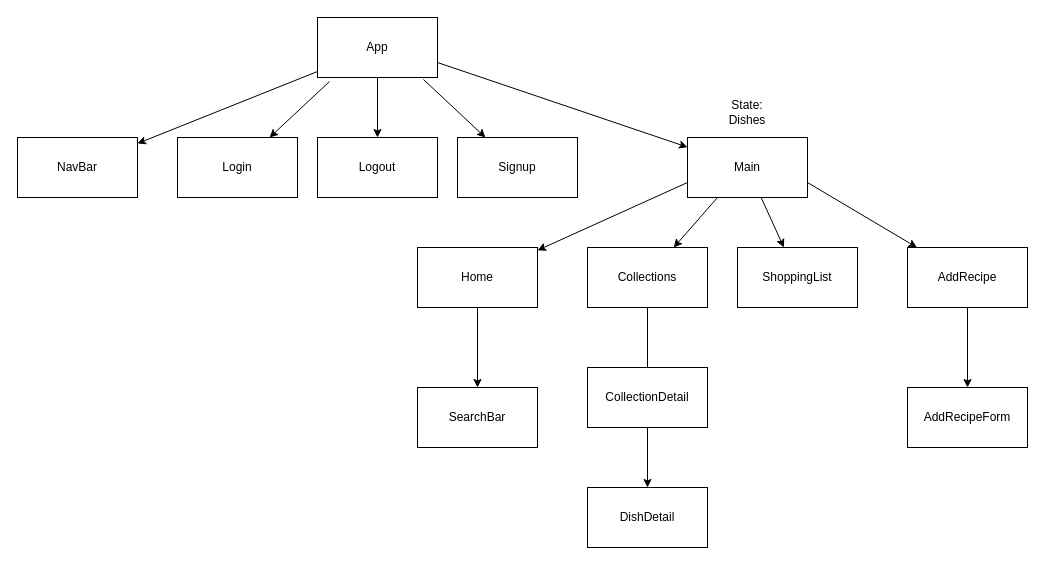
Above: client/src/hierarchy.drawio in clambiase08/Noodle-On-It (draw.io), before the change. Source tidied: cells renumbered, new cells numbered last; positions are measured from the earlier drawing's top-left corner, leaving out a move shared by most shapes. Both pictures are drawn from the tidied source at 100%, with x=0, y=0 at pixel (17, 17).
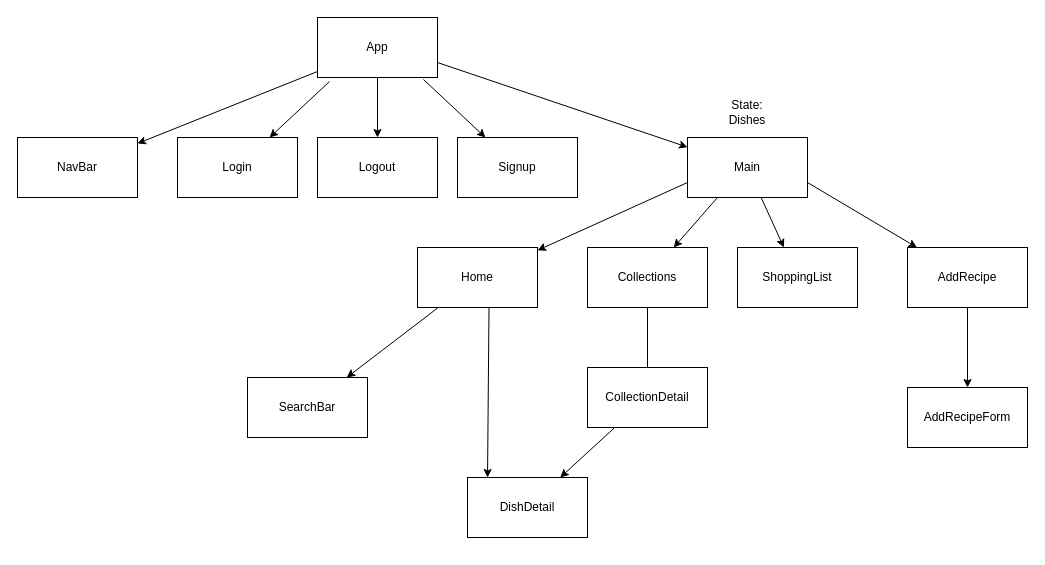
The same page after the edit.

The edit, as a diff of the source:
```diff
@@
     <mxCell id="28" value="DishDetail" style="whiteSpace=wrap;html=1;" parent="1" vertex="1">
-      <mxGeometry x="570" y="470" width="120" height="60" as="geometry" />
+      <mxGeometry x="450" y="460" width="120" height="60" as="geometry" />
     </mxCell>
     <mxCell id="29" value="SearchBar" style="whiteSpace=wrap;html=1;" parent="1" vertex="1">
-      <mxGeometry x="400" y="370" width="120" height="60" as="geometry" />
+      <mxGeometry x="230" y="360" width="120" height="60" as="geometry" />
     </mxCell>
+    <mxCell id="30" style="edgeStyle=none;html=1;entryX=0.167;entryY=0;entryDx=0;entryDy=0;entryPerimeter=0;" parent="1" edge="1" target="28">
+      <mxGeometry relative="1" as="geometry">
+        <mxPoint x="471.5" y="290" as="sourcePoint" />
+      </mxGeometry>
+    </mxCell>
```
